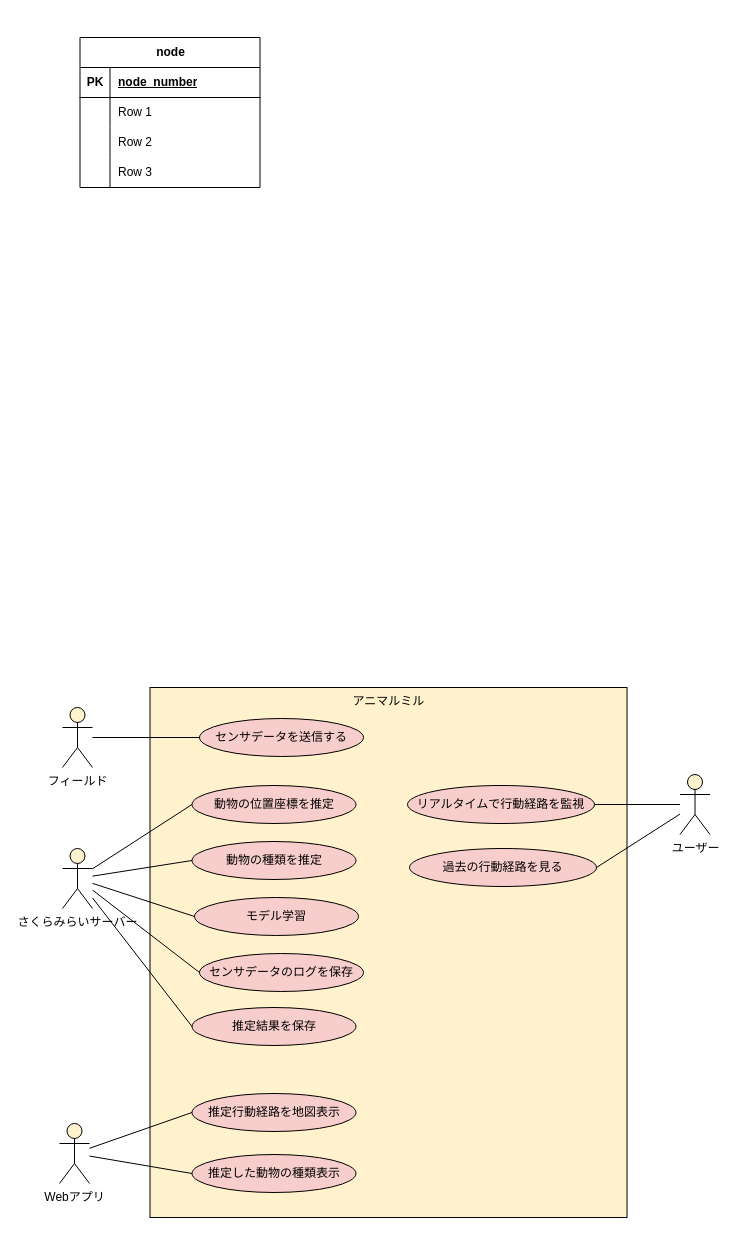
ShouSawa/draw.io keeps this draw.io diagram as アニマルミルUML.drawio. Above is the earlier version. Source tidied: cells renumbered, new cells numbered last; positions are measured from the earlier drawing's top-left corner, leaving out a move shared by most shapes. Both pictures are drawn from the tidied source at 100%, with x=0, y=0 at pixel (59, 37).
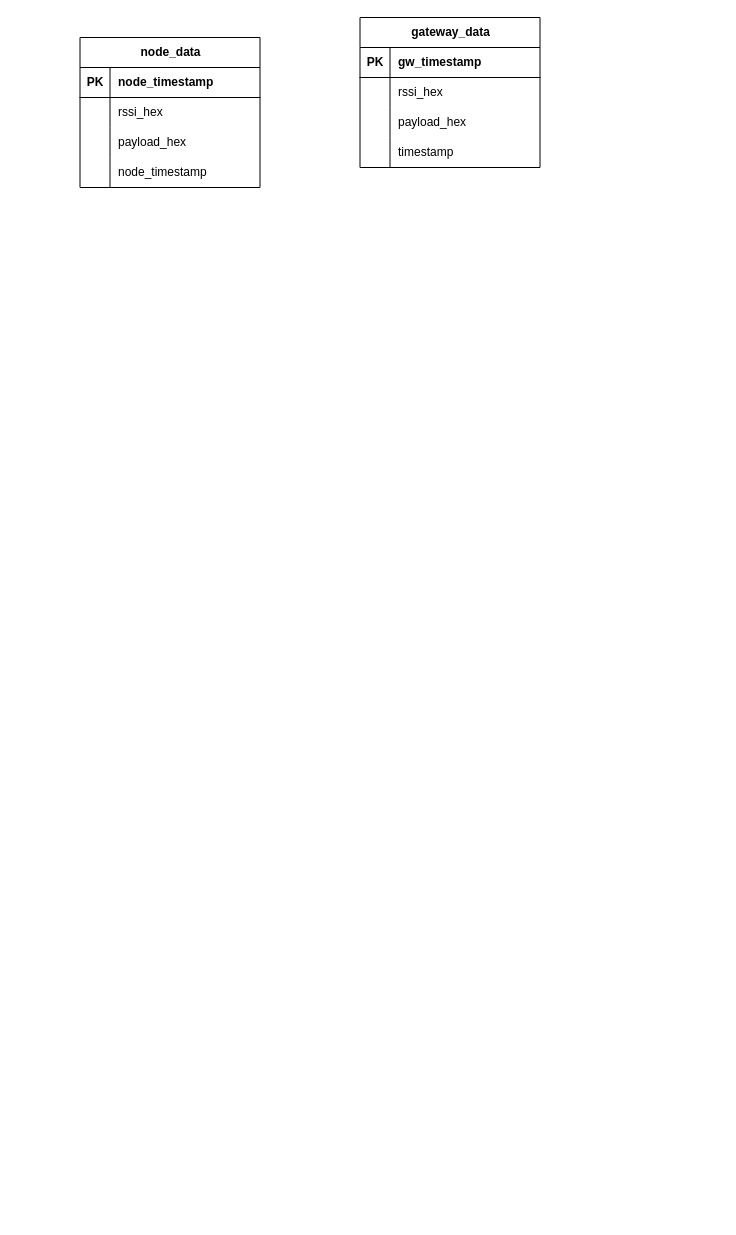
The same diagram, later.

Commit message (it also covers changes not shown here):
アニマルミルUML.drawio を更新

The change refers to these unchanged cells:
```xml
<mxCell id="28" style="shape=tableRow;horizontal=0;startSize=0;swimlaneHead=0;swimlaneBody=0;fillColor=none;top=0;left=0;right=0;bottom=1;" parent="27" vertex="1">
  <mxGeometry y="30" width="180" height="30" as="geometry" />
</mxCell>
<mxCell id="31" style="shape=tableRow;horizontal=0;startSize=0;swimlaneHead=0;swimlaneBody=0;fillColor=none;top=0;left=0;right=0;bottom=0;" parent="27" vertex="1">
  <mxGeometry y="60" width="180" height="30" as="geometry" />
</mxCell>
<mxCell id="34" style="shape=tableRow;horizontal=0;startSize=0;swimlaneHead=0;swimlaneBody=0;fillColor=none;top=0;left=0;right=0;bottom=0;" parent="27" vertex="1">
  <mxGeometry y="90" width="180" height="30" as="geometry" />
</mxCell>
<mxCell id="37" style="shape=tableRow;horizontal=0;startSize=0;swimlaneHead=0;swimlaneBody=0;fillColor=none;top=0;left=0;right=0;bottom=0;" parent="27" vertex="1">
  <mxGeometry y="120" width="180" height="30" as="geometry" />
</mxCell>
```

The edit, as a diff of the source:
```diff
@@
-    <mxCell id="2" value="アニマルミル" style="whiteSpace=wrap;html=1;fillColor=#FFF2CC;verticalAlign=top;" parent="1" vertex="1">
-      <mxGeometry x="90.5" y="650" width="477" height="530" as="geometry" />
-    </mxCell>
-    <mxCell id="3" value="フィールド" style="shape=umlActor;verticalLabelPosition=bottom;labelBackgroundColor=#ffffff;verticalAlign=top;html=1;fillColor=#FFF2CC;" parent="1" vertex="1">
-      <mxGeometry x="3" y="670" width="30" height="60" as="geometry" />
-    </mxCell>
-    <mxCell id="4" value="さくらみらいサーバー" style="shape=umlActor;verticalLabelPosition=bottom;labelBackgroundColor=#ffffff;verticalAlign=top;html=1;fillColor=#FFF2CC;" parent="1" vertex="1">
-      <mxGeometry x="3" y="811" width="30" height="60" as="geometry" />
-    </mxCell>
-    <mxCell id="5" value="Webアプリ" style="shape=umlActor;verticalLabelPosition=bottom;labelBackgroundColor=#ffffff;verticalAlign=top;html=1;fillColor=#FFF2CC;" parent="1" vertex="1">
-      <mxGeometry y="1086" width="30" height="60" as="geometry" />
-    </mxCell>
-    <mxCell id="6" value="ユーザー" style="shape=umlActor;verticalLabelPosition=bottom;labelBackgroundColor=#ffffff;verticalAlign=top;html=1;fillColor=#FFF2CC;" parent="1" vertex="1">
-      <mxGeometry x="620.5" y="737" width="30" height="60" as="geometry" />
-    </mxCell>
-    <mxCell id="7" value="動物の位置座標を推定" style="ellipse;whiteSpace=wrap;html=1;fillColor=#F8CECC;" parent="1" vertex="1">
-      <mxGeometry x="132.5" y="748" width="164" height="38" as="geometry" />
-    </mxCell>
-    <mxCell id="8" value="センサデータを送信する" style="ellipse;whiteSpace=wrap;html=1;fillColor=#F8CECC;" parent="1" vertex="1">
-      <mxGeometry x="140" y="681" width="164" height="38" as="geometry" />
-    </mxCell>
-    <mxCell id="9" style="edgeStyle=orthogonalEdgeStyle;rounded=1;jettySize=auto;html=1;endArrow=none;endFill=0;exitX=0;exitY=0.5;exitDx=0;exitDy=0;" parent="1" edge="1" source="8" target="3">
-      <mxGeometry relative="1" as="geometry" />
-    </mxCell>
-    <mxCell id="10" value="動物の種類を推定" style="ellipse;whiteSpace=wrap;html=1;fillColor=#F8CECC;" parent="1" vertex="1">
-      <mxGeometry x="132.5" y="804" width="164" height="38" as="geometry" />
-    </mxCell>
-    <mxCell id="11" value="モデル学習" style="ellipse;whiteSpace=wrap;html=1;fillColor=#F8CECC;" parent="1" vertex="1">
-      <mxGeometry x="135" y="860" width="164" height="38" as="geometry" />
-    </mxCell>
-    <mxCell id="12" value="センサデータのログを保存" style="ellipse;whiteSpace=wrap;html=1;fillColor=#F8CECC;" parent="1" vertex="1">
-      <mxGeometry x="140" y="916" width="164" height="38" as="geometry" />
-    </mxCell>
-    <mxCell id="13" value="推定結果を保存" style="ellipse;whiteSpace=wrap;html=1;fillColor=#F8CECC;" parent="1" vertex="1">
-      <mxGeometry x="132.5" y="970" width="164" height="38" as="geometry" />
-    </mxCell>
-    <mxCell id="14" value="推定行動経路を地図表示" style="ellipse;whiteSpace=wrap;html=1;fillColor=#F8CECC;" parent="1" vertex="1">
-      <mxGeometry x="132.5" y="1056" width="164" height="38" as="geometry" />
-    </mxCell>
-    <mxCell id="15" value="推定した動物の種類表示" style="ellipse;whiteSpace=wrap;html=1;fillColor=#F8CECC;" parent="1" vertex="1">
-      <mxGeometry x="132.5" y="1117" width="164" height="38" as="geometry" />
-    </mxCell>
-    <mxCell id="16" value="リアルタイムで行動経路を監視" style="ellipse;whiteSpace=wrap;html=1;fillColor=#F8CECC;" parent="1" vertex="1">
-      <mxGeometry x="348" y="748" width="187" height="38" as="geometry" />
-    </mxCell>
-    <mxCell id="17" value="過去の行動経路を見る" style="ellipse;whiteSpace=wrap;html=1;fillColor=#F8CECC;" parent="1" vertex="1">
-      <mxGeometry x="350" y="811" width="187" height="38" as="geometry" />
-    </mxCell>
-    <mxCell id="18" style="endArrow=none;html=1;rounded=0;entryX=0;entryY=0.5;entryDx=0;entryDy=0;" parent="1" edge="1" source="4" target="7">
-      <mxGeometry relative="1" as="geometry" />
-    </mxCell>
-    <mxCell id="19" style="endArrow=none;html=1;rounded=0;entryX=0;entryY=0.5;entryDx=0;entryDy=0;" parent="1" edge="1" source="4" target="10">
-      <mxGeometry relative="1" as="geometry" />
-    </mxCell>
-    <mxCell id="20" style="endArrow=none;html=1;rounded=0;entryX=0;entryY=0.5;entryDx=0;entryDy=0;" parent="1" edge="1" source="4" target="11">
-      <mxGeometry relative="1" as="geometry" />
-    </mxCell>
-    <mxCell id="21" style="endArrow=none;html=1;rounded=0;entryX=0;entryY=0.5;entryDx=0;entryDy=0;" parent="1" edge="1" source="4" target="12">
-      <mxGeometry relative="1" as="geometry" />
-    </mxCell>
-    <mxCell id="22" style="endArrow=none;html=1;rounded=0;entryX=0;entryY=0.5;entryDx=0;entryDy=0;" parent="1" edge="1" source="4" target="13">
-      <mxGeometry relative="1" as="geometry" />
-    </mxCell>
-    <mxCell id="23" style="endArrow=none;html=1;rounded=0;entryX=0;entryY=0.5;entryDx=0;entryDy=0;" parent="1" edge="1" source="5" target="14">
-      <mxGeometry relative="1" as="geometry" />
-    </mxCell>
-    <mxCell id="24" style="endArrow=none;html=1;rounded=0;entryX=0;entryY=0.5;entryDx=0;entryDy=0;" parent="1" edge="1" source="5" target="15">
-      <mxGeometry relative="1" as="geometry" />
-    </mxCell>
-    <mxCell id="25" style="endArrow=none;html=1;rounded=0;entryX=1;entryY=0.5;entryDx=0;entryDy=0;" parent="1" edge="1" source="6" target="16">
-      <mxGeometry relative="1" as="geometry" />
-    </mxCell>
-    <mxCell id="26" style="endArrow=none;html=1;rounded=0;entryX=1;entryY=0.5;entryDx=0;entryDy=0;" parent="1" edge="1" source="6" target="17">
-      <mxGeometry relative="1" as="geometry" />
-    </mxCell>
+    <mxCell id="40" value="gateway_data" style="shape=table;startSize=30;childLayout=tableLayout;rowLines=0;fontStyle=1;align=center;html=1;" parent="1" vertex="1">
+      <mxGeometry x="300.5" y="-20" width="180" height="150" as="geometry" />
+    </mxCell>
+    <mxCell id="41" style="shape=tableRow;horizontal=0;startSize=0;swimlaneHead=0;swimlaneBody=0;fillColor=none;top=0;left=0;right=0;bottom=1;" parent="40" vertex="1">
+      <mxGeometry y="30" width="180" height="30" as="geometry" />
+    </mxCell>
+    <mxCell id="42" value="PK" style="shape=partialRectangle;fillColor=none;top=0;left=0;bottom=0;right=0;fontStyle=1;overflow=hidden;whiteSpace=wrap;html=1;" parent="41" vertex="1">
+      <mxGeometry width="30" height="30" as="geometry" />
+    </mxCell>
+    <mxCell id="43" value="gw_timestamp" style="shape=partialRectangle;fillColor=none;top=0;left=0;bottom=0;right=0;align=left;spacingLeft=6;fontStyle=1;overflow=hidden;whiteSpace=wrap;html=1;" parent="41" vertex="1">
+      <mxGeometry x="30" width="150" height="30" as="geometry" />
+    </mxCell>
+    <mxCell id="44" style="shape=tableRow;horizontal=0;startSize=0;swimlaneHead=0;swimlaneBody=0;fillColor=none;top=0;left=0;right=0;bottom=0;" parent="40" vertex="1">
+      <mxGeometry y="60" width="180" height="30" as="geometry" />
+    </mxCell>
+    <mxCell id="45" style="shape=partialRectangle;fillColor=none;top=0;left=0;bottom=0;right=0;overflow=hidden;whiteSpace=wrap;html=1;" parent="44" vertex="1">
+      <mxGeometry width="30" height="30" as="geometry" />
+    </mxCell>
+    <mxCell id="46" value="rssi_hex" style="shape=partialRectangle;fillColor=none;top=0;left=0;bottom=0;right=0;align=left;spacingLeft=6;overflow=hidden;whiteSpace=wrap;html=1;" parent="44" vertex="1">
+      <mxGeometry x="30" width="150" height="30" as="geometry" />
+    </mxCell>
+    <mxCell id="47" style="shape=tableRow;horizontal=0;startSize=0;swimlaneHead=0;swimlaneBody=0;fillColor=none;top=0;left=0;right=0;bottom=0;" parent="40" vertex="1">
+      <mxGeometry y="90" width="180" height="30" as="geometry" />
+    </mxCell>
+    <mxCell id="48" style="shape=partialRectangle;fillColor=none;top=0;left=0;bottom=0;right=0;overflow=hidden;whiteSpace=wrap;html=1;" parent="47" vertex="1">
+      <mxGeometry width="30" height="30" as="geometry" />
+    </mxCell>
+    <mxCell id="49" value="payload_hex" style="shape=partialRectangle;fillColor=none;top=0;left=0;bottom=0;right=0;align=left;spacingLeft=6;overflow=hidden;whiteSpace=wrap;html=1;" parent="47" vertex="1">
+      <mxGeometry x="30" width="150" height="30" as="geometry" />
+    </mxCell>
+    <mxCell id="50" style="shape=tableRow;horizontal=0;startSize=0;swimlaneHead=0;swimlaneBody=0;fillColor=none;top=0;left=0;right=0;bottom=0;" parent="40" vertex="1">
+      <mxGeometry y="120" width="180" height="30" as="geometry" />
+    </mxCell>
+    <mxCell id="51" style="shape=partialRectangle;fillColor=none;top=0;left=0;bottom=0;right=0;overflow=hidden;whiteSpace=wrap;html=1;" parent="50" vertex="1">
+      <mxGeometry width="30" height="30" as="geometry" />
+    </mxCell>
+    <mxCell id="52" value="timestamp" style="shape=partialRectangle;fillColor=none;top=0;left=0;bottom=0;right=0;align=left;spacingLeft=6;overflow=hidden;whiteSpace=wrap;html=1;" parent="50" vertex="1">
+      <mxGeometry x="30" width="150" height="30" as="geometry" />
+    </mxCell>
-    <mxCell id="27" value="node" style="shape=table;startSize=30;childLayout=tableLayout;rowLines=0;fontStyle=1;align=center;html=1;" parent="1" vertex="1">
+    <mxCell id="27" value="node_data" style="shape=table;startSize=30;childLayout=tableLayout;rowLines=0;fontStyle=1;align=center;html=1;" parent="1" vertex="1">
       <mxGeometry x="20.5" width="180" height="150" as="geometry" />
     </mxCell>
@@
-    <mxCell id="30" value="node_number" style="shape=partialRectangle;fillColor=none;top=0;left=0;bottom=0;right=0;align=left;spacingLeft=6;fontStyle=5;overflow=hidden;whiteSpace=wrap;html=1;" parent="28" vertex="1">
+    <mxCell id="30" value="node_timestamp" style="shape=partialRectangle;fillColor=none;top=0;left=0;bottom=0;right=0;align=left;spacingLeft=6;fontStyle=1;overflow=hidden;whiteSpace=wrap;html=1;" parent="28" vertex="1">
       <mxGeometry x="30" width="150" height="30" as="geometry" />
     </mxCell>
@@
-    <mxCell id="33" value="Row 1" style="shape=partialRectangle;fillColor=none;top=0;left=0;bottom=0;right=0;align=left;spacingLeft=6;overflow=hidden;whiteSpace=wrap;html=1;" parent="31" vertex="1">
+    <mxCell id="33" value="rssi_hex" style="shape=partialRectangle;fillColor=none;top=0;left=0;bottom=0;right=0;align=left;spacingLeft=6;overflow=hidden;whiteSpace=wrap;html=1;" parent="31" vertex="1">
       <mxGeometry x="30" width="150" height="30" as="geometry" />
     </mxCell>
@@
-    <mxCell id="36" value="Row 2" style="shape=partialRectangle;fillColor=none;top=0;left=0;bottom=0;right=0;align=left;spacingLeft=6;overflow=hidden;whiteSpace=wrap;html=1;" parent="34" vertex="1">
+    <mxCell id="36" value="payload_hex" style="shape=partialRectangle;fillColor=none;top=0;left=0;bottom=0;right=0;align=left;spacingLeft=6;overflow=hidden;whiteSpace=wrap;html=1;" parent="34" vertex="1">
       <mxGeometry x="30" width="150" height="30" as="geometry" />
     </mxCell>
@@
-    <mxCell id="39" value="Row 3" style="shape=partialRectangle;fillColor=none;top=0;left=0;bottom=0;right=0;align=left;spacingLeft=6;overflow=hidden;whiteSpace=wrap;html=1;" parent="37" vertex="1">
+    <mxCell id="39" value="node_timestamp" style="shape=partialRectangle;fillColor=none;top=0;left=0;bottom=0;right=0;align=left;spacingLeft=6;overflow=hidden;whiteSpace=wrap;html=1;" parent="37" vertex="1">
       <mxGeometry x="30" width="150" height="30" as="geometry" />
     </mxCell>
```
